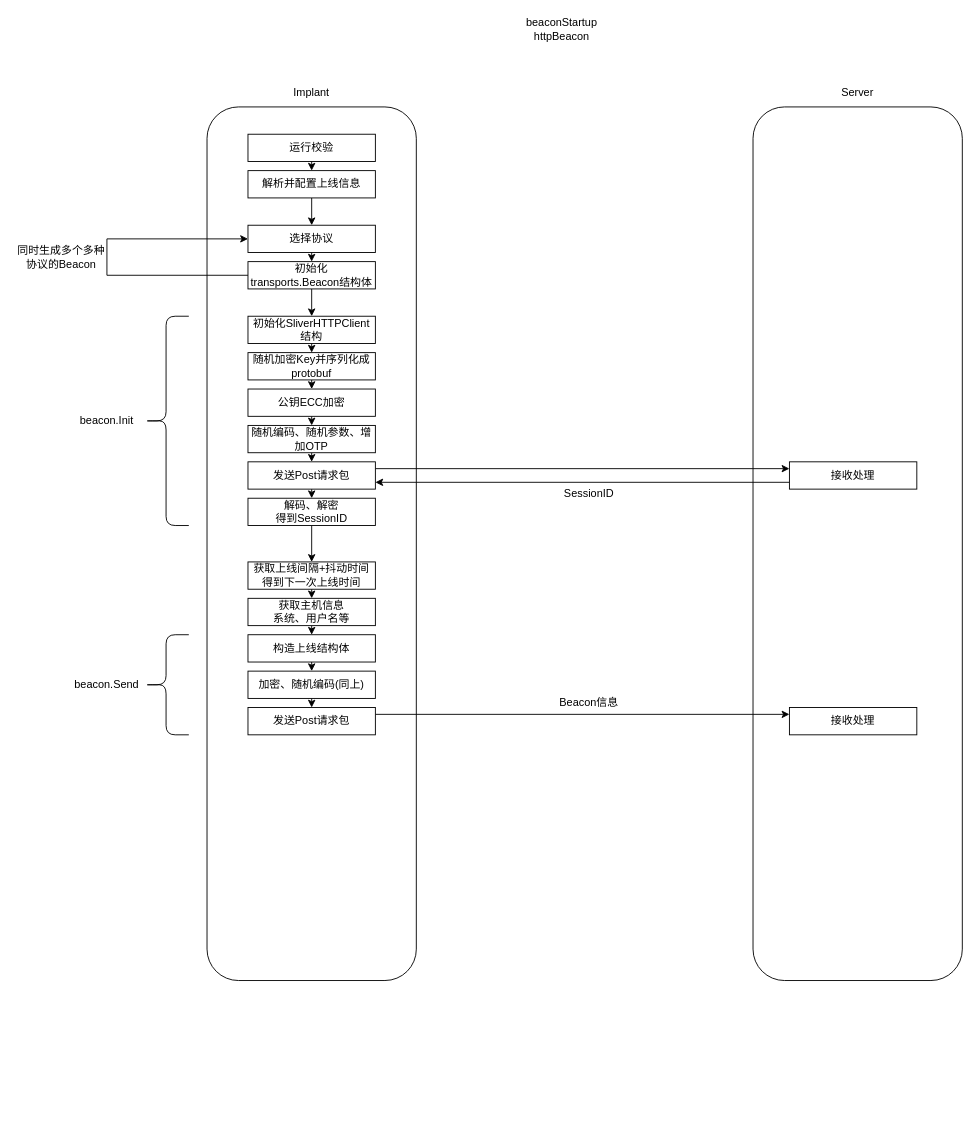
The draw.io diagram sliver.drawio in l4stchance/sliver, before the edit. Source tidied: cells renumbered, new cells numbered last; positions are measured from the earlier drawing's top-left corner, leaving out a move shared by most shapes. Both pictures are drawn from the tidied source at 91%, with x=0, y=0 at pixel (15, 15).
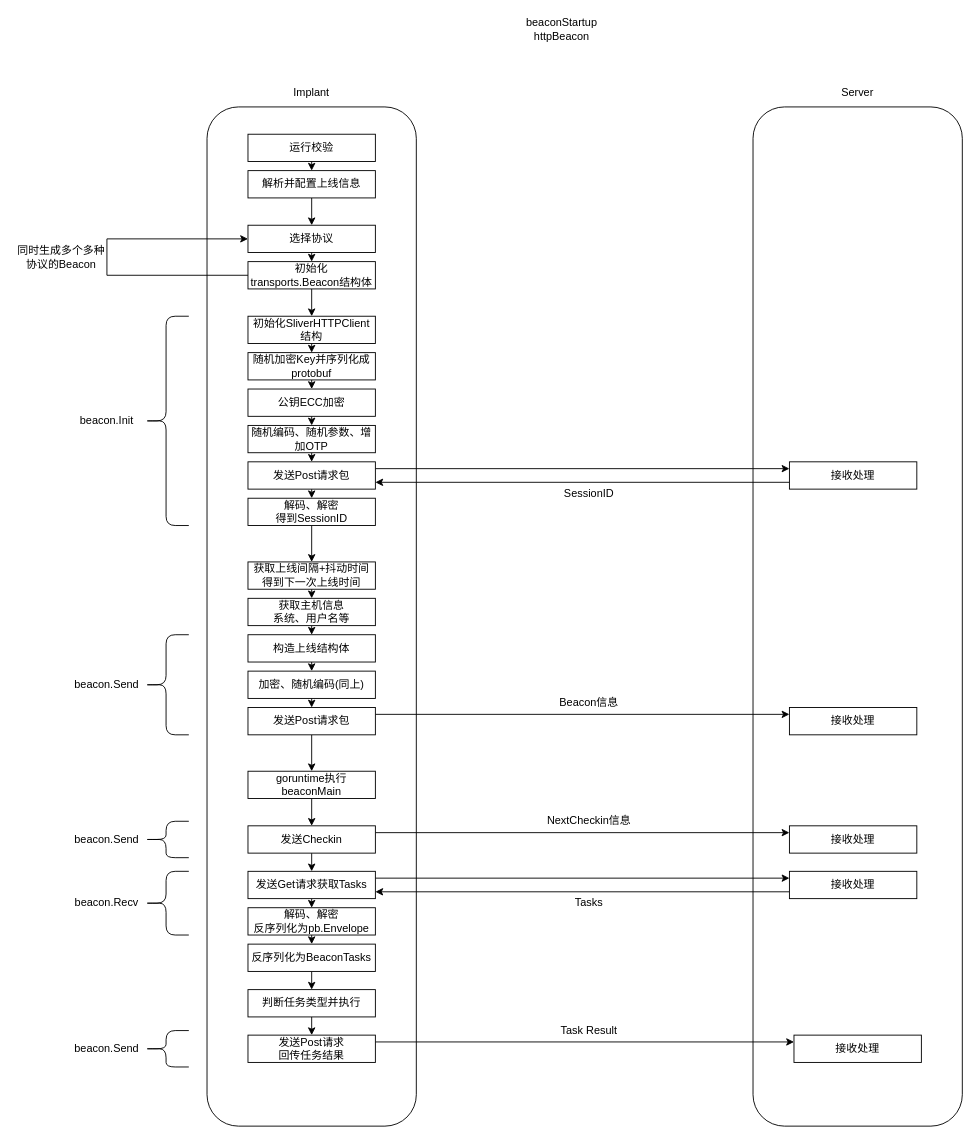
The same page after the edit.

The change refers to these unchanged cells:
```xml
<mxCell id="44" value="发送Post请求包" style="rounded=0;whiteSpace=wrap;html=1;" parent="1" vertex="1">
  <mxGeometry x="255" y="760" width="140" height="30" as="geometry" />
</mxCell>
```

Diff of the diagram source:
```diff
@@
     <mxCell id="2" style="rounded=1;whiteSpace=wrap;html=1;" parent="1" vertex="1">
-      <mxGeometry x="210" y="100" width="230" height="960" as="geometry" />
+      <mxGeometry x="210" y="100" width="230" height="1120" as="geometry" />
     </mxCell>
     <mxCell id="3" style="rounded=1;whiteSpace=wrap;html=1;" parent="1" vertex="1">
-      <mxGeometry x="810" y="100" width="230" height="960" as="geometry" />
+      <mxGeometry x="810" y="100" width="230" height="1120" as="geometry" />
     </mxCell>
@@
+    <mxCell id="49" style="edgeStyle=orthogonalEdgeStyle;rounded=0;jettySize=auto;html=1;exitX=0.5;exitY=1;exitDx=0;exitDy=0;entryX=0.5;entryY=0;entryDx=0;entryDy=0;" parent="1" edge="1" source="44" target="51">
+      <mxGeometry relative="1" as="geometry" />
+    </mxCell>
@@
+    <mxCell id="50" style="edgeStyle=orthogonalEdgeStyle;rounded=0;jettySize=auto;html=1;exitX=0.5;exitY=1;exitDx=0;exitDy=0;entryX=0.5;entryY=0;entryDx=0;entryDy=0;" parent="1" edge="1" source="51" target="54">
+      <mxGeometry relative="1" as="geometry" />
+    </mxCell>
+    <mxCell id="51" value="goruntime执行beaconMain" style="rounded=0;whiteSpace=wrap;html=1;" parent="1" vertex="1">
+      <mxGeometry x="255" y="830" width="140" height="30" as="geometry" />
+    </mxCell>
+    <mxCell id="52" style="edgeStyle=orthogonalEdgeStyle;rounded=0;jettySize=auto;html=1;exitX=1;exitY=0.25;exitDx=0;exitDy=0;entryX=0;entryY=0.25;entryDx=0;entryDy=0;" parent="1" edge="1" source="54" target="55">
+      <mxGeometry relative="1" as="geometry" />
+    </mxCell>
+    <mxCell id="53" style="edgeStyle=orthogonalEdgeStyle;rounded=0;jettySize=auto;html=1;exitX=0.5;exitY=1;exitDx=0;exitDy=0;entryX=0.5;entryY=0;entryDx=0;entryDy=0;" parent="1" edge="1" source="54" target="59">
+      <mxGeometry relative="1" as="geometry" />
+    </mxCell>
+    <mxCell id="54" value="发送Checkin" style="rounded=0;whiteSpace=wrap;html=1;" parent="1" vertex="1">
+      <mxGeometry x="255" y="890" width="140" height="30" as="geometry" />
+    </mxCell>
+    <mxCell id="55" value="接收处理" style="rounded=0;whiteSpace=wrap;html=1;" parent="1" vertex="1">
+      <mxGeometry x="850" y="890" width="140" height="30" as="geometry" />
+    </mxCell>
+    <mxCell id="56" value="NextCheckin信息" style="text;html=1;strokeColor=none;fillColor=none;align=center;verticalAlign=middle;whiteSpace=wrap;rounded=0;" parent="1" vertex="1">
+      <mxGeometry x="575" y="870" width="110" height="30" as="geometry" />
+    </mxCell>
+    <mxCell id="57" style="edgeStyle=orthogonalEdgeStyle;rounded=0;jettySize=auto;html=1;exitX=0.5;exitY=1;exitDx=0;exitDy=0;entryX=0.5;entryY=0;entryDx=0;entryDy=0;" parent="1" edge="1" source="59" target="61">
+      <mxGeometry relative="1" as="geometry" />
+    </mxCell>
+    <mxCell id="58" style="edgeStyle=orthogonalEdgeStyle;rounded=0;jettySize=auto;html=1;exitX=1;exitY=0.25;exitDx=0;exitDy=0;entryX=0;entryY=0.25;entryDx=0;entryDy=0;" parent="1" edge="1" source="59" target="77">
+      <mxGeometry relative="1" as="geometry" />
+    </mxCell>
+    <mxCell id="59" value="发送Get请求获取Tasks" style="rounded=0;whiteSpace=wrap;html=1;" parent="1" vertex="1">
+      <mxGeometry x="255" y="940" width="140" height="30" as="geometry" />
+    </mxCell>
+    <mxCell id="60" style="edgeStyle=orthogonalEdgeStyle;rounded=0;jettySize=auto;html=1;exitX=0.5;exitY=1;exitDx=0;exitDy=0;entryX=0.5;entryY=0;entryDx=0;entryDy=0;" parent="1" edge="1" source="61" target="63">
+      <mxGeometry relative="1" as="geometry" />
+    </mxCell>
+    <mxCell id="61" value="&lt;div style=&quot;&quot;&gt;解码、解密&lt;/div&gt;&lt;div style=&quot;&quot;&gt;反序列化为pb.Envelope&lt;/div&gt;" style="rounded=0;whiteSpace=wrap;html=1;" parent="1" vertex="1">
+      <mxGeometry x="255" y="980" width="140" height="30" as="geometry" />
+    </mxCell>
+    <mxCell id="62" style="edgeStyle=orthogonalEdgeStyle;rounded=0;jettySize=auto;html=1;exitX=0.5;exitY=1;exitDx=0;exitDy=0;entryX=0.5;entryY=0;entryDx=0;entryDy=0;" parent="1" edge="1" source="63" target="65">
+      <mxGeometry relative="1" as="geometry" />
+    </mxCell>
+    <mxCell id="63" value="&lt;div style=&quot;&quot;&gt;反序列化为BeaconTasks&lt;/div&gt;" style="rounded=0;whiteSpace=wrap;html=1;" parent="1" vertex="1">
+      <mxGeometry x="255" y="1020" width="140" height="30" as="geometry" />
+    </mxCell>
+    <mxCell id="64" style="edgeStyle=orthogonalEdgeStyle;rounded=0;jettySize=auto;html=1;exitX=0.5;exitY=1;exitDx=0;exitDy=0;entryX=0.5;entryY=0;entryDx=0;entryDy=0;" parent="1" edge="1" source="65" target="67">
+      <mxGeometry relative="1" as="geometry" />
+    </mxCell>
+    <mxCell id="65" value="&lt;div style=&quot;&quot;&gt;判断任务类型并执行&lt;/div&gt;" style="rounded=0;whiteSpace=wrap;html=1;" parent="1" vertex="1">
+      <mxGeometry x="255" y="1070" width="140" height="30" as="geometry" />
+    </mxCell>
+    <mxCell id="66" style="edgeStyle=orthogonalEdgeStyle;rounded=0;jettySize=auto;html=1;exitX=1;exitY=0.25;exitDx=0;exitDy=0;entryX=0;entryY=0.25;entryDx=0;entryDy=0;" parent="1" edge="1" source="67" target="68">
+      <mxGeometry relative="1" as="geometry" />
+    </mxCell>
+    <mxCell id="67" value="&lt;div style=&quot;&quot;&gt;发送Post请求&lt;/div&gt;&lt;div style=&quot;&quot;&gt;回传任务结果&lt;/div&gt;" style="rounded=0;whiteSpace=wrap;html=1;" parent="1" vertex="1">
+      <mxGeometry x="255" y="1120" width="140" height="30" as="geometry" />
+    </mxCell>
+    <mxCell id="68" value="接收处理" style="rounded=0;whiteSpace=wrap;html=1;" parent="1" vertex="1">
+      <mxGeometry x="855" y="1120" width="140" height="30" as="geometry" />
+    </mxCell>
+    <mxCell id="69" value="Task Result" style="text;html=1;strokeColor=none;fillColor=none;align=center;verticalAlign=middle;whiteSpace=wrap;rounded=0;" parent="1" vertex="1">
+      <mxGeometry x="575" y="1100" width="110" height="30" as="geometry" />
+    </mxCell>
+    <mxCell id="70" style="shape=curlyBracket;whiteSpace=wrap;html=1;rounded=1;labelPosition=left;verticalLabelPosition=middle;align=right;verticalAlign=middle;" parent="1" vertex="1">
+      <mxGeometry x="140" y="885" width="50" height="40" as="geometry" />
+    </mxCell>
+    <mxCell id="71" value="beacon.Recv" style="text;html=1;strokeColor=none;fillColor=none;align=center;verticalAlign=middle;whiteSpace=wrap;rounded=0;" parent="1" vertex="1">
+      <mxGeometry x="50" y="960" width="100" height="30" as="geometry" />
+    </mxCell>
+    <mxCell id="72" style="shape=curlyBracket;whiteSpace=wrap;html=1;rounded=1;labelPosition=left;verticalLabelPosition=middle;align=right;verticalAlign=middle;" parent="1" vertex="1">
+      <mxGeometry x="140" y="940" width="50" height="70" as="geometry" />
+    </mxCell>
+    <mxCell id="73" value="beacon.Send" style="text;html=1;strokeColor=none;fillColor=none;align=center;verticalAlign=middle;whiteSpace=wrap;rounded=0;" parent="1" vertex="1">
+      <mxGeometry x="50" y="890" width="100" height="30" as="geometry" />
+    </mxCell>
+    <mxCell id="74" style="shape=curlyBracket;whiteSpace=wrap;html=1;rounded=1;labelPosition=left;verticalLabelPosition=middle;align=right;verticalAlign=middle;" parent="1" vertex="1">
+      <mxGeometry x="140" y="1115" width="50" height="40" as="geometry" />
+    </mxCell>
+    <mxCell id="75" value="beacon.Send" style="text;html=1;strokeColor=none;fillColor=none;align=center;verticalAlign=middle;whiteSpace=wrap;rounded=0;" parent="1" vertex="1">
+      <mxGeometry x="50" y="1120" width="100" height="30" as="geometry" />
+    </mxCell>
+    <mxCell id="76" style="edgeStyle=orthogonalEdgeStyle;rounded=0;jettySize=auto;html=1;exitX=0;exitY=0.75;exitDx=0;exitDy=0;entryX=1;entryY=0.75;entryDx=0;entryDy=0;" parent="1" edge="1" source="77" target="59">
+      <mxGeometry relative="1" as="geometry" />
+    </mxCell>
+    <mxCell id="77" value="接收处理" style="rounded=0;whiteSpace=wrap;html=1;" parent="1" vertex="1">
+      <mxGeometry x="850" y="940" width="140" height="30" as="geometry" />
+    </mxCell>
+    <mxCell id="78" value="Tasks" style="text;html=1;strokeColor=none;fillColor=none;align=center;verticalAlign=middle;whiteSpace=wrap;rounded=0;" parent="1" vertex="1">
+      <mxGeometry x="600" y="960" width="60" height="30" as="geometry" />
+    </mxCell>
```
